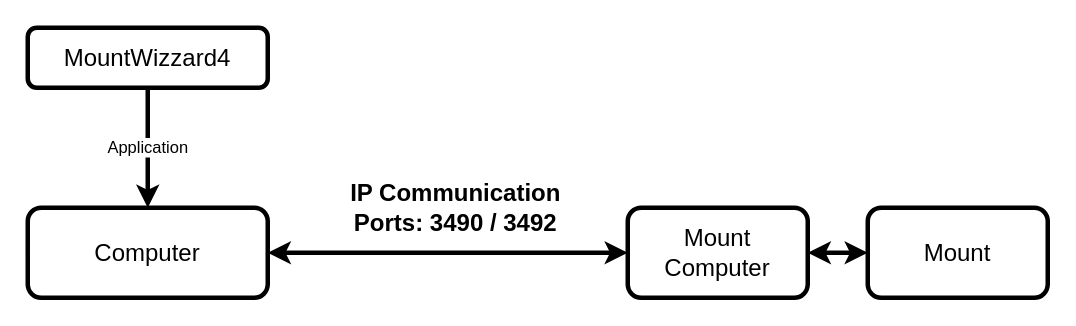
Before: doc/image/overview.drawio in mworion/MountWizzard4, a draw.io diagram. Source tidied: cells renumbered, new cells numbered last; positions are measured from the earlier drawing's top-left corner, leaving out a move shared by most shapes. Both pictures are drawn from the tidied source at 150%, with x=0, y=0 at pixel (27, 27).
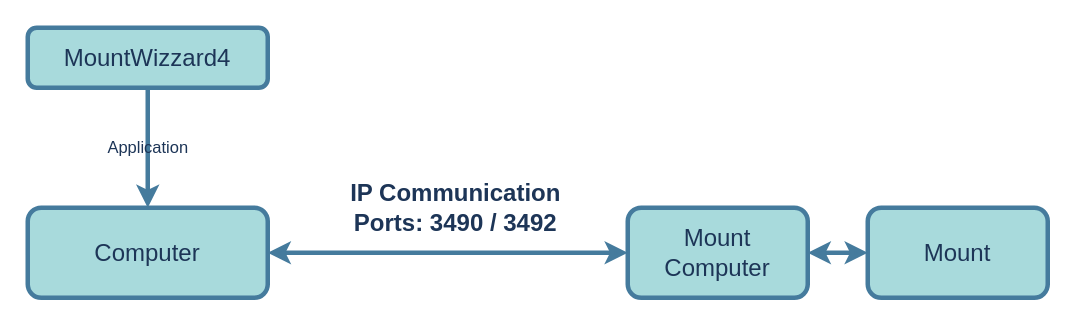
The same diagram, later.

Diff of the diagram source:
```diff
@@
 <mxGraphModel>
   <root>
     <mxCell id="0" />
     <mxCell id="1" parent="0" />
-    <mxCell id="2" value="Computer" style="rounded=1;whiteSpace=wrap;html=1;strokeWidth=3;fontSize=16;" parent="1" vertex="1">
+    <mxCell id="2" value="Computer" style="rounded=1;whiteSpace=wrap;html=1;strokeWidth=3;fontSize=16;labelBackgroundColor=none;fillColor=#A8DADC;strokeColor=#457B9D;fontColor=#1D3557;" parent="1" vertex="1">
       <mxGeometry y="120" width="160" height="60" as="geometry" />
     </mxCell>
-    <mxCell id="3" value="Mount Computer" style="rounded=1;whiteSpace=wrap;html=1;strokeWidth=3;fontSize=16;" parent="1" vertex="1">
+    <mxCell id="3" value="Mount Computer" style="rounded=1;whiteSpace=wrap;html=1;strokeWidth=3;fontSize=16;labelBackgroundColor=none;fillColor=#A8DADC;strokeColor=#457B9D;fontColor=#1D3557;" parent="1" vertex="1">
       <mxGeometry x="400" y="120" width="120" height="60" as="geometry" />
     </mxCell>
-    <mxCell id="4" style="endArrow=classic;startArrow=classic;html=1;strokeWidth=3;" parent="1" edge="1" target="3">
+    <mxCell id="4" style="endArrow=classic;startArrow=classic;html=1;strokeWidth=3;labelBackgroundColor=none;strokeColor=#457B9D;fontColor=default;" parent="1" edge="1" target="3">
       <mxGeometry relative="1" as="geometry">
         <mxPoint x="160" y="150" as="sourcePoint" />
       </mxGeometry>
     </mxCell>
-    <mxCell id="5" value="IP Communication&lt;br&gt;Ports:&amp;nbsp;3490 / 3492" style="text;strokeColor=none;fillColor=none;html=1;fontSize=16;fontStyle=1;verticalAlign=middle;align=center;" parent="1" vertex="1">
+    <mxCell id="5" value="IP Communication&lt;br&gt;Ports:&amp;nbsp;3490 / 3492" style="text;strokeColor=none;fillColor=none;html=1;fontSize=16;fontStyle=1;verticalAlign=middle;align=center;labelBackgroundColor=none;fontColor=#1D3557;" parent="1" vertex="1">
       <mxGeometry x="210" y="100" width="150" height="40" as="geometry" />
     </mxCell>
-    <mxCell id="6" value="Mount" style="rounded=1;whiteSpace=wrap;html=1;strokeWidth=3;fontSize=16;" parent="1" vertex="1">
+    <mxCell id="6" value="Mount" style="rounded=1;whiteSpace=wrap;html=1;strokeWidth=3;fontSize=16;labelBackgroundColor=none;fillColor=#A8DADC;strokeColor=#457B9D;fontColor=#1D3557;" parent="1" vertex="1">
       <mxGeometry x="560" y="120" width="120" height="60" as="geometry" />
     </mxCell>
-    <mxCell id="7" style="endArrow=classic;startArrow=classic;html=1;exitX=1;exitY=0.5;exitDx=0;exitDy=0;strokeWidth=3;entryX=0;entryY=0.5;entryDx=0;entryDy=0;" parent="1" edge="1" source="3" target="6">
+    <mxCell id="7" style="endArrow=classic;startArrow=classic;html=1;exitX=1;exitY=0.5;exitDx=0;exitDy=0;strokeWidth=3;entryX=0;entryY=0.5;entryDx=0;entryDy=0;labelBackgroundColor=none;strokeColor=#457B9D;fontColor=default;" parent="1" edge="1" source="3" target="6">
       <mxGeometry relative="1" as="geometry" />
     </mxCell>
-    <mxCell id="8" value="MountWizzard4" style="rounded=1;whiteSpace=wrap;html=1;strokeWidth=3;fontSize=16;" parent="1" vertex="1">
+    <mxCell id="8" value="MountWizzard4" style="rounded=1;whiteSpace=wrap;html=1;strokeWidth=3;fontSize=16;labelBackgroundColor=none;fillColor=#A8DADC;strokeColor=#457B9D;fontColor=#1D3557;" parent="1" vertex="1">
       <mxGeometry width="160" height="40" as="geometry" />
     </mxCell>
-    <mxCell id="9" style="endArrow=none;startArrow=classic;html=1;strokeWidth=3;exitX=0.5;exitY=0;exitDx=0;exitDy=0;entryX=0.5;entryY=1;entryDx=0;entryDy=0;startFill=1;endFill=0;" parent="1" edge="1" source="2" target="8">
+    <mxCell id="9" style="endArrow=none;startArrow=classic;html=1;strokeWidth=3;exitX=0.5;exitY=0;exitDx=0;exitDy=0;entryX=0.5;entryY=1;entryDx=0;entryDy=0;startFill=1;endFill=0;labelBackgroundColor=none;strokeColor=#457B9D;fontColor=default;" parent="1" edge="1" source="2" target="8">
       <mxGeometry relative="1" as="geometry" />
     </mxCell>
-    <mxCell id="10" value="Application" style="edgeLabel;html=1;align=center;verticalAlign=middle;" parent="9" vertex="1">
+    <mxCell id="10" value="Application" style="edgeLabel;html=1;align=center;verticalAlign=middle;labelBackgroundColor=none;fontColor=#1D3557;" parent="9" vertex="1">
       <mxGeometry x="0.03" y="1" relative="1" as="geometry" />
     </mxCell>
   </root>
 </mxGraphModel>
```
